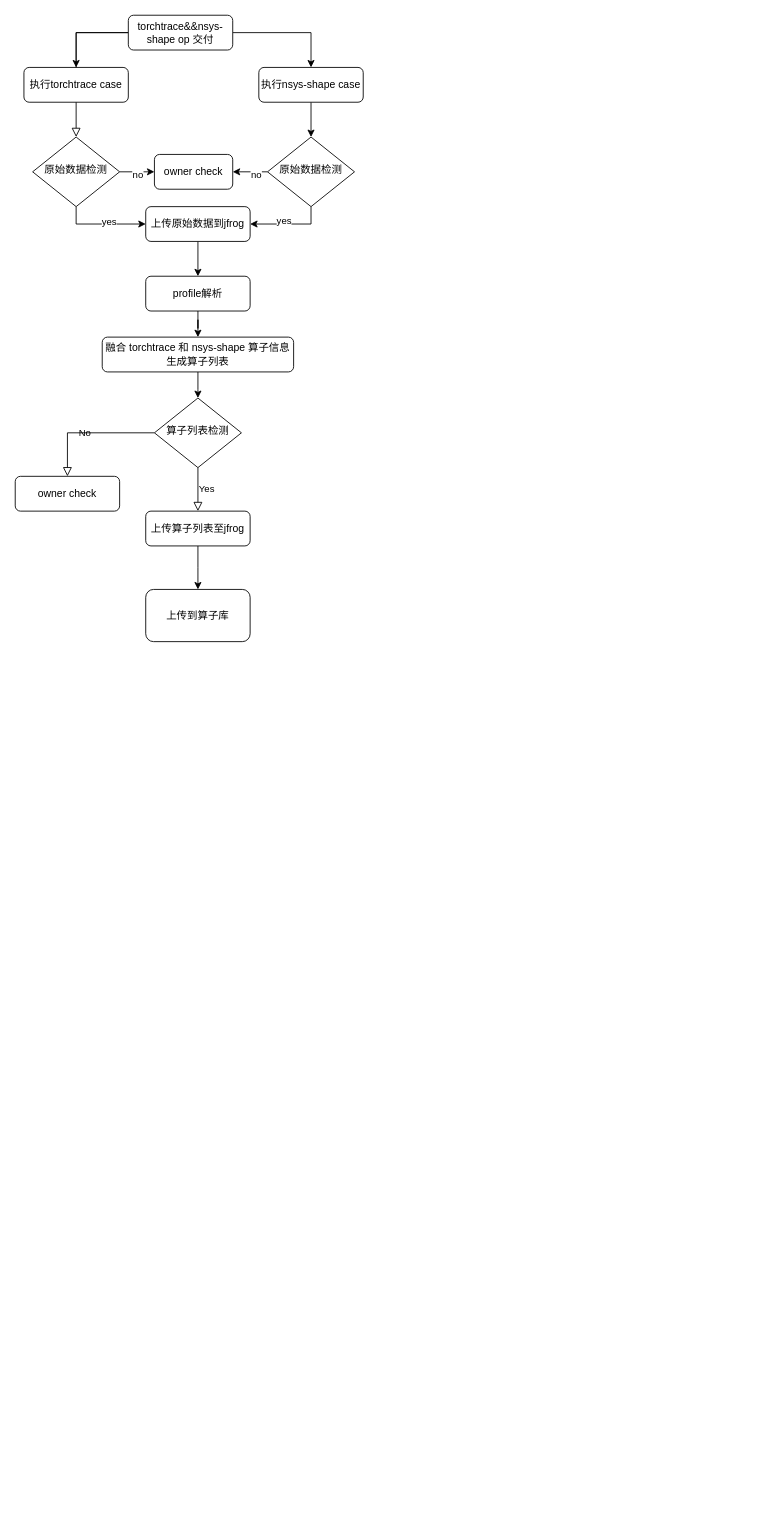
Earlier version of the draw.io diagram torchtrace_nsys-shape_op.drawio (kkkparty/drawio). Source tidied: cells renumbered, new cells numbered last; positions are measured from the earlier drawing's top-left corner, leaving out a move shared by most shapes. Both pictures are drawn from the tidied source at 87%, with x=0, y=0 at pixel (15, 15).
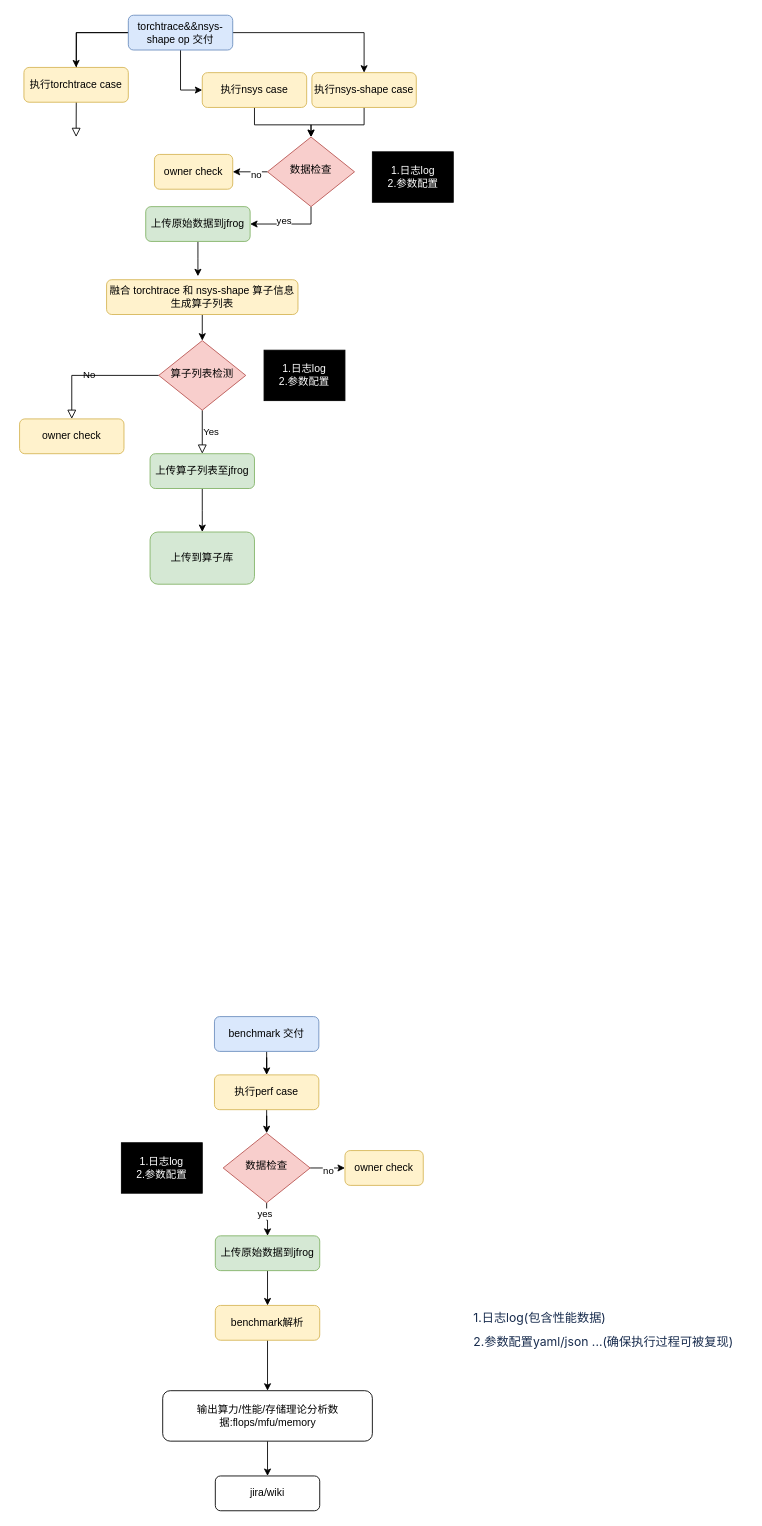
After the change.

Change to the diagram source:
```diff
@@
-    <mxCell id="2" style="rounded=0;html=1;jettySize=auto;fontSize=11;endArrow=block;endFill=0;endSize=8;strokeWidth=1;shadow=0;labelBackgroundColor=none;edgeStyle=orthogonalEdgeStyle;" parent="1" edge="1" source="5" target="10">
-      <mxGeometry relative="1" as="geometry" />
+    <mxCell id="2" style="rounded=0;html=1;jettySize=auto;fontSize=11;endArrow=block;endFill=0;endSize=8;strokeWidth=1;shadow=0;labelBackgroundColor=none;edgeStyle=orthogonalEdgeStyle;" parent="1" edge="1" source="5">
+      <mxGeometry relative="1" as="geometry">
+        <mxPoint x="70" y="140" as="targetPoint" />
+      </mxGeometry>
     </mxCell>
@@
-    <mxCell id="4" style="edgeStyle=orthogonalEdgeStyle;rounded=0;jettySize=auto;html=1;" parent="1" edge="1" source="5" target="19">
+    <mxCell id="4" style="edgeStyle=orthogonalEdgeStyle;rounded=0;jettySize=auto;html=1;entryX=0.5;entryY=0;entryDx=0;entryDy=0;" parent="1" edge="1" source="5" target="19">
       <mxGeometry relative="1" as="geometry" />
     </mxCell>
+    <mxCell id="34" style="edgeStyle=orthogonalEdgeStyle;rounded=0;jettySize=auto;html=1;entryX=0;entryY=0.5;entryDx=0;entryDy=0;" parent="1" edge="1" source="5" target="49">
+      <mxGeometry relative="1" as="geometry" />
+    </mxCell>
-    <mxCell id="5" value="&lt;div data-lake_diagram_content_editor_data=&quot;true&quot;&gt;torchtrace&amp;amp;&amp;amp;nsys-shape op 交付&lt;/div&gt;" style="rounded=1;whiteSpace=wrap;html=1;fontSize=12;glass=0;strokeWidth=1;shadow=0;" parent="1" vertex="1">
+    <mxCell id="5" value="&lt;div data-lake_diagram_content_editor_data=&quot;true&quot;&gt;torchtrace&amp;amp;&amp;amp;nsys-shape op 交付&lt;/div&gt;" style="rounded=1;whiteSpace=wrap;html=1;fontSize=12;glass=0;strokeWidth=1;shadow=0;fillColor=#dae8fc;strokeColor=#6c8ebf;" parent="1" vertex="1">
       <mxGeometry x="130" width="120" height="40" as="geometry" />
     </mxCell>
-    <mxCell id="6" style="edgeStyle=orthogonalEdgeStyle;rounded=0;jettySize=auto;html=1;entryX=0;entryY=0.5;entryDx=0;entryDy=0;" parent="1" edge="1" source="10" target="26">
-      <mxGeometry relative="1" as="geometry">
-        <Array as="points">
-          <mxPoint x="70" y="240" />
-        </Array>
-      </mxGeometry>
-    </mxCell>
-    <mxCell id="7" value="yes&lt;div&gt;&lt;br&gt;&lt;/div&gt;" style="edgeLabel;html=1;align=center;verticalAlign=middle;" parent="6" vertex="1">
-      <mxGeometry x="-0.23" y="-4" relative="1" as="geometry">
-        <mxPoint x="18" as="offset" />
-      </mxGeometry>
-    </mxCell>
-    <mxCell id="8" style="edgeStyle=orthogonalEdgeStyle;rounded=0;jettySize=auto;html=1;entryX=0;entryY=0.5;entryDx=0;entryDy=0;" parent="1" edge="1" source="10" target="27">
-      <mxGeometry relative="1" as="geometry" />
-    </mxCell>
-    <mxCell id="9" value="no&lt;div&gt;&lt;br&gt;&lt;/div&gt;" style="edgeLabel;html=1;align=center;verticalAlign=middle;" parent="8" vertex="1">
-      <mxGeometry x="-0.05" y="3" relative="1" as="geometry">
-        <mxPoint x="1" y="13" as="offset" />
-      </mxGeometry>
-    </mxCell>
-    <mxCell id="10" value="&lt;div data-lake_diagram_content_editor_data=&quot;true&quot;&gt;&lt;div data-lake_diagram_content_editor_data=&quot;true&quot;&gt;原始数据检测&lt;/div&gt;&lt;/div&gt;" style="rhombus;whiteSpace=wrap;html=1;shadow=0;fontFamily=Helvetica;fontSize=12;align=center;strokeWidth=1;spacing=6;spacingTop=-4;" parent="1" vertex="1">
-      <mxGeometry x="20" y="140" width="100" height="80" as="geometry" />
-    </mxCell>
@@
-    <mxCell id="13" value="算子列表检测" style="rhombus;whiteSpace=wrap;html=1;shadow=0;fontFamily=Helvetica;fontSize=12;align=center;strokeWidth=1;spacing=6;spacingTop=-4;" parent="1" vertex="1">
-      <mxGeometry x="160" y="440" width="100" height="80" as="geometry" />
+    <mxCell id="13" value="算子列表检测" style="rhombus;whiteSpace=wrap;html=1;shadow=0;fontFamily=Helvetica;fontSize=12;align=center;strokeWidth=1;spacing=6;spacingTop=-4;fillColor=#f8cecc;strokeColor=#b85450;" parent="1" vertex="1">
+      <mxGeometry x="165" y="374" width="100" height="80" as="geometry" />
     </mxCell>
-    <mxCell id="14" value="owner check" style="rounded=1;whiteSpace=wrap;html=1;fontSize=12;glass=0;strokeWidth=1;shadow=0;" parent="1" vertex="1">
-      <mxGeometry y="530" width="120" height="40" as="geometry" />
+    <mxCell id="14" value="owner check" style="rounded=1;whiteSpace=wrap;html=1;fontSize=12;glass=0;strokeWidth=1;shadow=0;fillColor=#fff2cc;strokeColor=#d6b656;" parent="1" vertex="1">
+      <mxGeometry x="5" y="464" width="120" height="40" as="geometry" />
     </mxCell>
     <mxCell id="15" style="edgeStyle=orthogonalEdgeStyle;rounded=0;jettySize=auto;html=1;" parent="1" edge="1" source="16">
       <mxGeometry relative="1" as="geometry">
-        <mxPoint x="210" y="660" as="targetPoint" />
+        <mxPoint x="215" y="594" as="targetPoint" />
       </mxGeometry>
     </mxCell>
-    <mxCell id="16" value="&lt;div data-lake_diagram_content_editor_data=&quot;true&quot;&gt;上传算子列表至jfrog&lt;/div&gt;" style="rounded=1;whiteSpace=wrap;html=1;fontSize=12;glass=0;strokeWidth=1;shadow=0;" parent="1" vertex="1">
-      <mxGeometry x="150" y="570" width="120" height="40" as="geometry" />
+    <mxCell id="16" value="&lt;div data-lake_diagram_content_editor_data=&quot;true&quot;&gt;上传算子列表至jfrog&lt;/div&gt;" style="rounded=1;whiteSpace=wrap;html=1;fontSize=12;glass=0;strokeWidth=1;shadow=0;fillColor=#d5e8d4;strokeColor=#82b366;" parent="1" vertex="1">
+      <mxGeometry x="155" y="504" width="120" height="40" as="geometry" />
     </mxCell>
-    <mxCell id="17" value="执行torchtrace case" style="rounded=1;whiteSpace=wrap;html=1;fontSize=12;glass=0;strokeWidth=1;shadow=0;" parent="1" vertex="1">
+    <mxCell id="17" value="执行torchtrace case" style="rounded=1;whiteSpace=wrap;html=1;fontSize=12;glass=0;strokeWidth=1;shadow=0;fillColor=#fff2cc;strokeColor=#d6b656;" parent="1" vertex="1">
       <mxGeometry x="10" y="60" width="120" height="40" as="geometry" />
     </mxCell>
@@
-    <mxCell id="19" value="&lt;div data-lake_diagram_content_editor_data=&quot;true&quot;&gt;执行nsys-shape case&lt;/div&gt;" style="rounded=1;whiteSpace=wrap;html=1;fontSize=12;glass=0;strokeWidth=1;shadow=0;" parent="1" vertex="1">
-      <mxGeometry x="280" y="60" width="120" height="40" as="geometry" />
+    <mxCell id="19" value="&lt;div data-lake_diagram_content_editor_data=&quot;true&quot;&gt;执行nsys-shape case&lt;/div&gt;" style="rounded=1;whiteSpace=wrap;html=1;fontSize=12;glass=0;strokeWidth=1;shadow=0;fillColor=#fff2cc;strokeColor=#d6b656;" parent="1" vertex="1">
+      <mxGeometry x="341" y="66" width="120" height="40" as="geometry" />
     </mxCell>
@@
-    <mxCell id="24" value="&lt;div data-lake_diagram_content_editor_data=&quot;true&quot;&gt;&lt;div data-lake_diagram_content_editor_data=&quot;true&quot;&gt;原始数据检测&lt;/div&gt;&lt;/div&gt;" style="rhombus;whiteSpace=wrap;html=1;shadow=0;fontFamily=Helvetica;fontSize=12;align=center;strokeWidth=1;spacing=6;spacingTop=-4;" parent="1" vertex="1">
+    <mxCell id="24" value="数据检查" style="rhombus;whiteSpace=wrap;html=1;shadow=0;fontFamily=Helvetica;fontSize=12;align=center;strokeWidth=1;spacing=6;spacingTop=-4;fillColor=#f8cecc;strokeColor=#b85450;" parent="1" vertex="1">
       <mxGeometry x="290" y="140" width="100" height="80" as="geometry" />
     </mxCell>
-    <mxCell id="25" style="edgeStyle=orthogonalEdgeStyle;rounded=0;jettySize=auto;html=1;entryX=0.5;entryY=0;entryDx=0;entryDy=0;" parent="1" edge="1" source="26" target="29">
-      <mxGeometry relative="1" as="geometry" />
+    <mxCell id="25" style="edgeStyle=orthogonalEdgeStyle;rounded=0;jettySize=auto;html=1;entryX=0.5;entryY=0;entryDx=0;entryDy=0;" parent="1" edge="1" source="26">
+      <mxGeometry relative="1" as="geometry">
+        <mxPoint x="210" y="300" as="targetPoint" />
+      </mxGeometry>
     </mxCell>
-    <mxCell id="26" value="&lt;div data-lake_diagram_content_editor_data=&quot;true&quot;&gt;上传原始数据到jfrog&lt;/div&gt;" style="rounded=1;whiteSpace=wrap;html=1;fontSize=12;glass=0;strokeWidth=1;shadow=0;" parent="1" vertex="1">
+    <mxCell id="26" value="&lt;div data-lake_diagram_content_editor_data=&quot;true&quot;&gt;上传原始数据到jfrog&lt;/div&gt;" style="rounded=1;whiteSpace=wrap;html=1;fontSize=12;glass=0;strokeWidth=1;shadow=0;fillColor=#d5e8d4;strokeColor=#82b366;" parent="1" vertex="1">
       <mxGeometry x="150" y="220" width="120" height="40" as="geometry" />
     </mxCell>
-    <mxCell id="27" value="owner check" style="rounded=1;whiteSpace=wrap;html=1;fontSize=12;glass=0;strokeWidth=1;shadow=0;" parent="1" vertex="1">
+    <mxCell id="27" value="owner check" style="rounded=1;whiteSpace=wrap;html=1;fontSize=12;glass=0;strokeWidth=1;shadow=0;fillColor=#fff2cc;strokeColor=#d6b656;" parent="1" vertex="1">
       <mxGeometry x="160" y="160" width="90" height="40" as="geometry" />
     </mxCell>
-    <mxCell id="28" style="edgeStyle=orthogonalEdgeStyle;rounded=0;jettySize=auto;html=1;" parent="1" edge="1" source="29" target="32">
-      <mxGeometry relative="1" as="geometry" />
-    </mxCell>
-    <mxCell id="29" value="profile解析" style="rounded=1;whiteSpace=wrap;html=1;fontSize=12;glass=0;strokeWidth=1;shadow=0;" parent="1" vertex="1">
-      <mxGeometry x="150" y="300" width="120" height="40" as="geometry" />
-    </mxCell>
@@
     <mxCell id="31" style="edgeStyle=orthogonalEdgeStyle;rounded=0;jettySize=auto;html=1;entryX=0.5;entryY=0;entryDx=0;entryDy=0;" parent="1" edge="1" source="32">
       <mxGeometry relative="1" as="geometry">
-        <mxPoint x="210" y="440" as="targetPoint" />
+        <mxPoint x="215" y="374" as="targetPoint" />
       </mxGeometry>
     </mxCell>
-    <mxCell id="32" value="融合 torchtrace 和 nsys-shape 算子信息生成算子列表" style="rounded=1;whiteSpace=wrap;html=1;fontSize=12;glass=0;strokeWidth=1;shadow=0;" parent="1" vertex="1">
-      <mxGeometry x="100" y="370" width="220" height="40" as="geometry" />
+    <mxCell id="32" value="融合 torchtrace 和 nsys-shape 算子信息生成算子列表" style="rounded=1;whiteSpace=wrap;html=1;fontSize=12;glass=0;strokeWidth=1;shadow=0;fillColor=#fff2cc;strokeColor=#d6b656;" parent="1" vertex="1">
+      <mxGeometry x="105" y="304" width="220" height="40" as="geometry" />
     </mxCell>
-    <mxCell id="33" value="&lt;div data-lake_diagram_content_editor_data=&quot;true&quot;&gt;上传到算子库&lt;/div&gt;" style="rounded=1;whiteSpace=wrap;html=1;" parent="1" vertex="1">
-      <mxGeometry x="150" y="660" width="120" height="60" as="geometry" />
+    <mxCell id="33" value="&lt;div data-lake_diagram_content_editor_data=&quot;true&quot;&gt;上传到算子库&lt;/div&gt;" style="rounded=1;whiteSpace=wrap;html=1;fillColor=#d5e8d4;strokeColor=#82b366;" parent="1" vertex="1">
+      <mxGeometry x="155" y="594" width="120" height="60" as="geometry" />
     </mxCell>
+    <mxCell id="35" style="edgeStyle=orthogonalEdgeStyle;rounded=0;jettySize=auto;html=1;entryX=0.5;entryY=0;entryDx=0;entryDy=0;" parent="1" edge="1" source="36" target="42">
+      <mxGeometry relative="1" as="geometry" />
+    </mxCell>
+    <mxCell id="36" value="&lt;div data-lake_diagram_content_editor_data=&quot;true&quot;&gt;benchmark 交付&lt;/div&gt;" style="rounded=1;whiteSpace=wrap;html=1;fontSize=12;glass=0;strokeWidth=1;shadow=0;fillColor=#dae8fc;strokeColor=#6c8ebf;" parent="1" vertex="1">
+      <mxGeometry x="229" y="1151" width="120" height="40" as="geometry" />
+    </mxCell>
+    <mxCell id="37" style="edgeStyle=orthogonalEdgeStyle;rounded=0;jettySize=auto;html=1;entryX=0;entryY=0.5;entryDx=0;entryDy=0;" parent="1" edge="1" source="39" target="45">
+      <mxGeometry relative="1" as="geometry" />
+    </mxCell>
+    <mxCell id="9" value="no&lt;div&gt;&lt;br&gt;&lt;/div&gt;" style="edgeLabel;html=1;align=center;verticalAlign=middle;" parent="37" vertex="1">
+      <mxGeometry x="-0.05" y="3" relative="1" as="geometry">
+        <mxPoint x="1" y="13" as="offset" />
+      </mxGeometry>
+    </mxCell>
+    <mxCell id="38" style="edgeStyle=orthogonalEdgeStyle;rounded=0;jettySize=auto;html=1;entryX=0.5;entryY=0;entryDx=0;entryDy=0;" parent="1" edge="1" source="39" target="44">
+      <mxGeometry relative="1" as="geometry" />
+    </mxCell>
+    <mxCell id="7" value="yes" style="edgeLabel;html=1;align=center;verticalAlign=middle;" parent="38" vertex="1">
+      <mxGeometry x="-0.38" y="-3" relative="1" as="geometry" />
+    </mxCell>
+    <mxCell id="39" value="&lt;div data-lake_diagram_content_editor_data=&quot;true&quot;&gt;&lt;div data-lake_diagram_content_editor_data=&quot;true&quot;&gt;数据检查&lt;/div&gt;&lt;/div&gt;" style="rhombus;whiteSpace=wrap;html=1;shadow=0;fontFamily=Helvetica;fontSize=12;align=center;strokeWidth=1;spacing=6;spacingTop=-4;fillColor=#f8cecc;strokeColor=#b85450;" parent="1" vertex="1">
+      <mxGeometry x="239" y="1285" width="100" height="80" as="geometry" />
+    </mxCell>
+    <mxCell id="40" value="jira/wiki" style="rounded=1;whiteSpace=wrap;html=1;fontSize=12;glass=0;strokeWidth=1;shadow=0;" parent="1" vertex="1">
+      <mxGeometry x="230" y="1679" width="120" height="40" as="geometry" />
+    </mxCell>
+    <mxCell id="41" style="edgeStyle=orthogonalEdgeStyle;rounded=0;jettySize=auto;html=1;entryX=0.5;entryY=0;entryDx=0;entryDy=0;" parent="1" edge="1" source="42" target="39">
+      <mxGeometry relative="1" as="geometry" />
+    </mxCell>
+    <mxCell id="42" value="执行perf case" style="rounded=1;whiteSpace=wrap;html=1;fontSize=12;glass=0;strokeWidth=1;shadow=0;fillColor=#fff2cc;strokeColor=#d6b656;" parent="1" vertex="1">
+      <mxGeometry x="229" y="1218" width="120" height="40" as="geometry" />
+    </mxCell>
+    <mxCell id="43" style="edgeStyle=orthogonalEdgeStyle;rounded=0;jettySize=auto;html=1;entryX=0.5;entryY=0;entryDx=0;entryDy=0;" parent="1" edge="1" source="44" target="47">
+      <mxGeometry relative="1" as="geometry" />
+    </mxCell>
+    <mxCell id="44" value="&lt;div data-lake_diagram_content_editor_data=&quot;true&quot;&gt;上传原始数据到jfrog&lt;/div&gt;" style="rounded=1;whiteSpace=wrap;html=1;fontSize=12;glass=0;strokeWidth=1;shadow=0;fillColor=#d5e8d4;strokeColor=#82b366;" parent="1" vertex="1">
+      <mxGeometry x="230" y="1403" width="120" height="40" as="geometry" />
+    </mxCell>
+    <mxCell id="45" value="owner check" style="rounded=1;whiteSpace=wrap;html=1;fontSize=12;glass=0;strokeWidth=1;shadow=0;fillColor=#fff2cc;strokeColor=#d6b656;" parent="1" vertex="1">
+      <mxGeometry x="379" y="1305" width="90" height="40" as="geometry" />
+    </mxCell>
+    <mxCell id="46" style="edgeStyle=orthogonalEdgeStyle;rounded=0;jettySize=auto;html=1;" parent="1" edge="1" source="47" target="51">
+      <mxGeometry relative="1" as="geometry" />
+    </mxCell>
+    <mxCell id="47" value="benchmark解析" style="rounded=1;whiteSpace=wrap;html=1;fontSize=12;glass=0;strokeWidth=1;shadow=0;fillColor=#fff2cc;strokeColor=#d6b656;" parent="1" vertex="1">
+      <mxGeometry x="230" y="1483" width="120" height="40" as="geometry" />
+    </mxCell>
+    <mxCell id="48" style="edgeStyle=orthogonalEdgeStyle;rounded=0;jettySize=auto;html=1;" parent="1" edge="1" source="49" target="24">
+      <mxGeometry relative="1" as="geometry" />
+    </mxCell>
+    <mxCell id="49" value="&lt;div data-lake_diagram_content_editor_data=&quot;true&quot;&gt;执行nsys case&lt;/div&gt;" style="rounded=1;whiteSpace=wrap;html=1;fontSize=12;glass=0;strokeWidth=1;shadow=0;fillColor=#fff2cc;strokeColor=#d6b656;" parent="1" vertex="1">
+      <mxGeometry x="215" y="66" width="120" height="40" as="geometry" />
+    </mxCell>
+    <mxCell id="50" style="edgeStyle=orthogonalEdgeStyle;rounded=0;jettySize=auto;html=1;" parent="1" edge="1" source="51" target="40">
+      <mxGeometry relative="1" as="geometry" />
+    </mxCell>
+    <mxCell id="51" value="输出算力/性能/存储理论分析数据:flops/mfu/memory" style="rounded=1;whiteSpace=wrap;html=1;" parent="1" vertex="1">
+      <mxGeometry x="169.5" y="1581" width="241" height="58" as="geometry" />
+    </mxCell>
+    <mxCell id="52" value="1.日志log&lt;div&gt;2.参数配置&lt;/div&gt;" style="rounded=0;whiteSpace=wrap;html=1;labelBackgroundColor=#000000;fillColor=#000000;fontColor=#FFFFFF;align=center;" parent="1" vertex="1">
+      <mxGeometry x="122" y="1296" width="93" height="58" as="geometry" />
+    </mxCell>
+    <mxCell id="53" value="&lt;p style=&quot;margin: 0px; padding: 0px; color: rgb(23, 43, 77); font-family: -apple-system, BlinkMacSystemFont, &amp;quot;Segoe UI&amp;quot;, Roboto, Oxygen, Ubuntu, &amp;quot;Fira Sans&amp;quot;, &amp;quot;Droid Sans&amp;quot;, &amp;quot;Helvetica Neue&amp;quot;, sans-serif; font-size: 14px; font-style: normal; font-variant-ligatures: normal; font-variant-caps: normal; font-weight: 400; letter-spacing: normal; orphans: 2; text-align: left; text-indent: 0px; text-transform: none; widows: 2; word-spacing: 0px; -webkit-text-stroke-width: 0px; white-space: normal; background-color: rgb(255, 255, 255); text-decoration-thickness: initial; text-decoration-style: initial; text-decoration-color: initial;&quot;&gt;1.日志log(包含性能数据)&lt;/p&gt;&lt;p style=&quot;margin: 10px 0px 0px; padding: 0px; color: rgb(23, 43, 77); font-family: -apple-system, BlinkMacSystemFont, &amp;quot;Segoe UI&amp;quot;, Roboto, Oxygen, Ubuntu, &amp;quot;Fira Sans&amp;quot;, &amp;quot;Droid Sans&amp;quot;, &amp;quot;Helvetica Neue&amp;quot;, sans-serif; font-size: 14px; font-style: normal; font-variant-ligatures: normal; font-variant-caps: normal; font-weight: 400; letter-spacing: normal; orphans: 2; text-align: left; text-indent: 0px; text-transform: none; widows: 2; word-spacing: 0px; -webkit-text-stroke-width: 0px; white-space: normal; background-color: rgb(255, 255, 255); text-decoration-thickness: initial; text-decoration-style: initial; text-decoration-color: initial;&quot;&gt;2.参数配置yaml/json ...(确保执行过程可被复现)&lt;/p&gt;" style="text;whiteSpace=wrap;html=1;" parent="1" vertex="1">
+      <mxGeometry x="524.7" y="1483" width="316" height="66" as="geometry" />
+    </mxCell>
+    <mxCell id="54" value="1.日志log&lt;div&gt;2.参数配置&lt;/div&gt;" style="rounded=0;whiteSpace=wrap;html=1;labelBackgroundColor=#000000;fillColor=#000000;fontColor=#FFFFFF;align=center;" parent="1" vertex="1">
+      <mxGeometry x="410.5" y="157" width="93" height="58" as="geometry" />
+    </mxCell>
+    <mxCell id="55" value="1.日志log&lt;div&gt;2.参数配置&lt;/div&gt;" style="rounded=0;whiteSpace=wrap;html=1;labelBackgroundColor=#000000;fillColor=#000000;fontColor=#FFFFFF;align=center;" parent="1" vertex="1">
+      <mxGeometry x="286" y="385" width="93" height="58" as="geometry" />
+    </mxCell>
```
